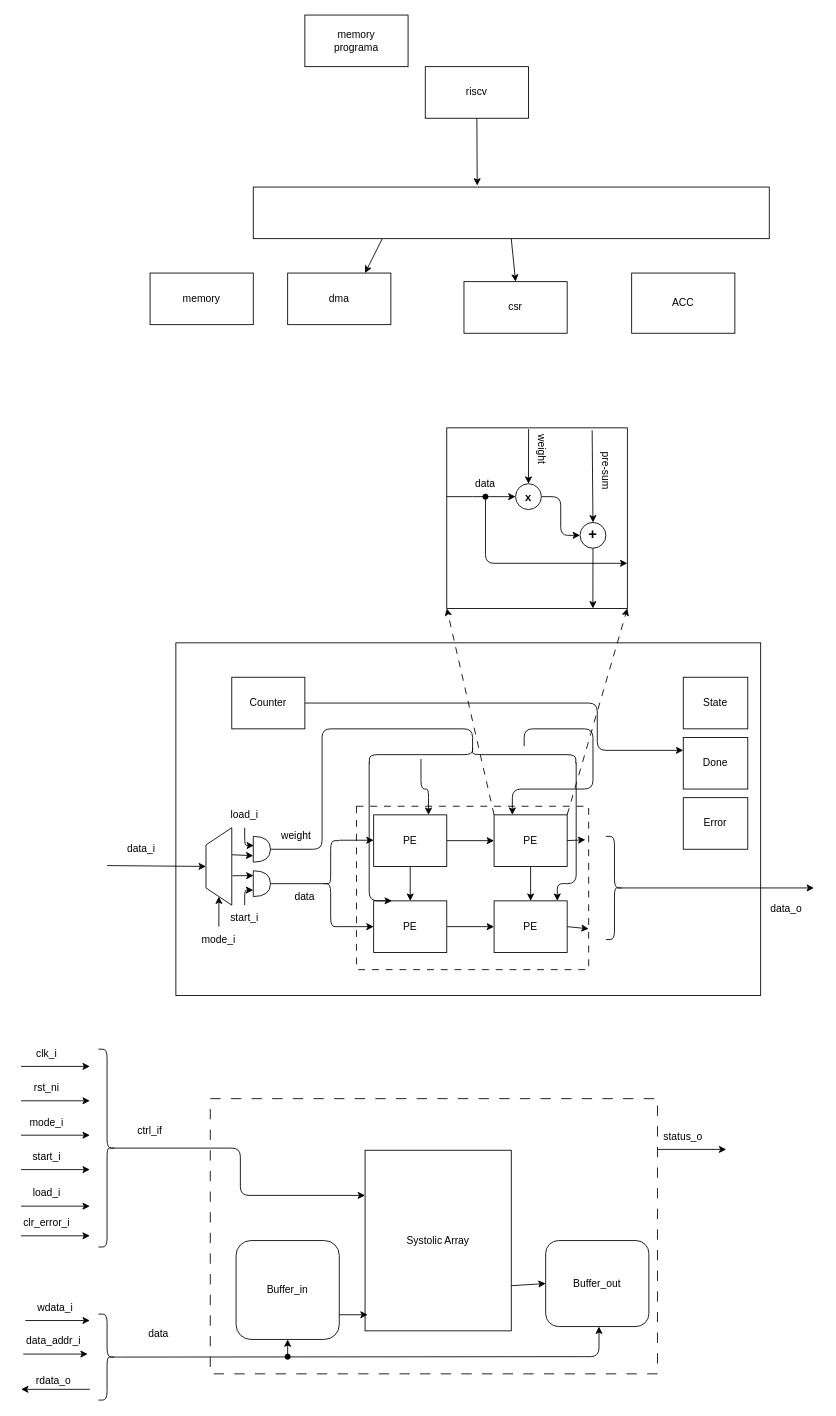
Leandro-Gama/riscv-dma-matrix-coprocessor keeps this draw.io diagram as 04.RTL/accel/arq_accel.drawio. Above is the earlier version. Source tidied: cells renumbered, new cells numbered last; positions are measured from the earlier drawing's top-left corner, leaving out a move shared by most shapes. Both pictures are drawn from the tidied source at 86%, with x=0, y=0 at pixel (21, 15).
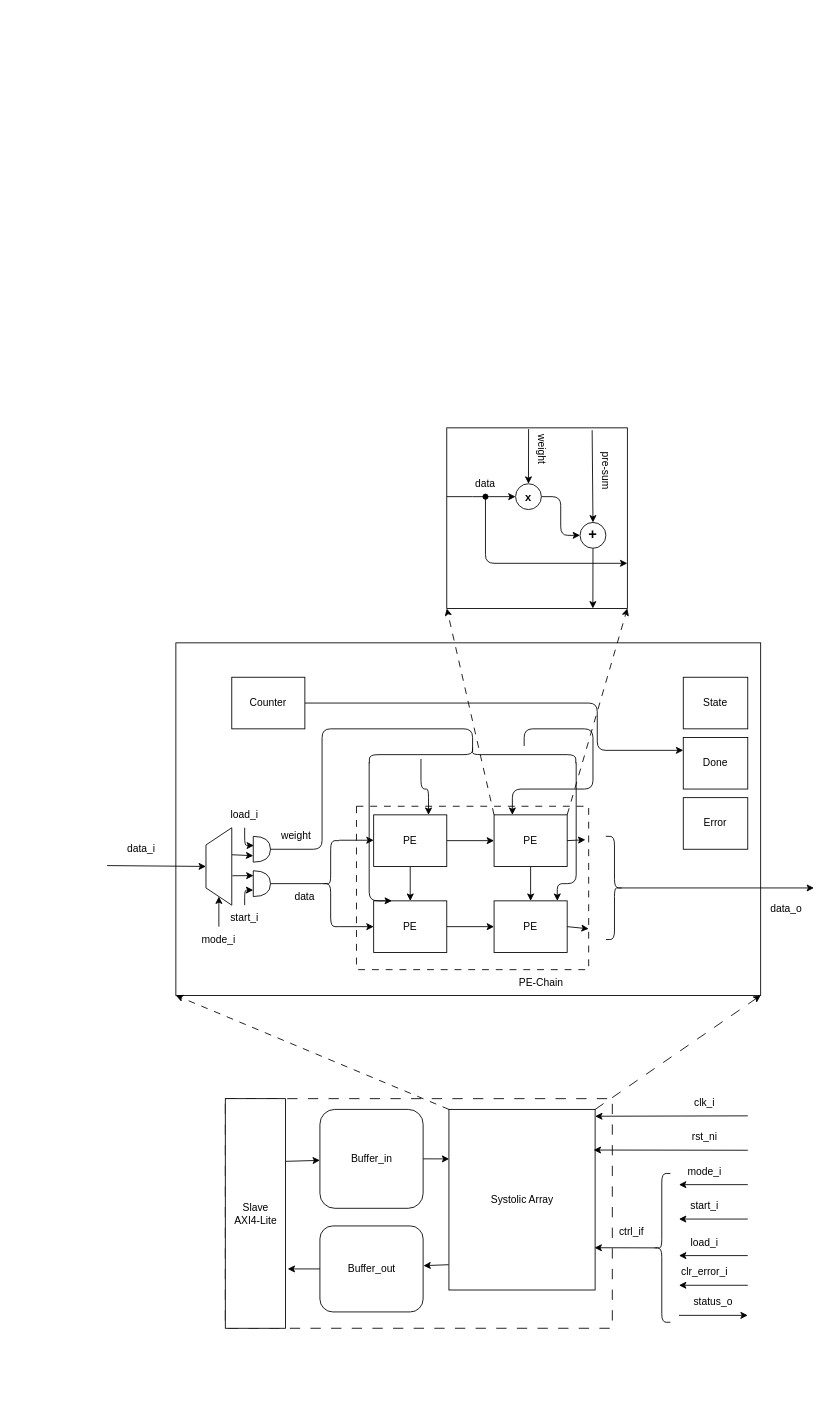
The same page after the edit.

The change refers to these unchanged cells:
```xml
<mxCell id="2" value="&amp;nbsp; &amp;nbsp; &amp;nbsp; &amp;nbsp; &amp;nbsp; &amp;nbsp; &amp;nbsp; &amp;nbsp; &amp;nbsp; &amp;nbsp; &amp;nbsp; &amp;nbsp; &amp;nbsp; &amp;nbsp; &amp;nbsp; &amp;nbsp; &amp;nbsp; &amp;nbsp; &amp;nbsp; &amp;nbsp; &amp;nbsp; &amp;nbsp; &amp;nbsp; &amp;nbsp; &amp;nbsp; &amp;nbsp; &amp;nbsp; &amp;nbsp; &amp;nbsp; &amp;nbsp; &amp;nbsp; &amp;nbsp; &amp;nbsp; &amp;nbsp; &amp;nbsp; &amp;nbsp; &amp;nbsp; &amp;nbsp; &amp;nbsp; &amp;nbsp; &amp;nbsp; &amp;nbsp; &amp;nbsp; &amp;nbsp; &amp;nbsp; &amp;nbsp; &amp;nbsp; &amp;nbsp; &amp;nbsp; &amp;nbsp; &amp;nbsp; " style="whiteSpace=wrap;html=1;" parent="1" vertex="1">
  <mxGeometry x="180" y="730" width="680" height="410" as="geometry" />
</mxCell>
```

Diff of the diagram source:
```diff
@@
     <mxCell id="4" style="whiteSpace=wrap;html=1;dashed=1;dashPattern=12 12;" parent="1" vertex="1">
-      <mxGeometry x="220" y="1260" width="520" height="320" as="geometry" />
+      <mxGeometry x="237.5" y="1260" width="450" height="267" as="geometry" />
     </mxCell>
+    <mxCell id="35" style="edgeStyle=none;html=1;exitX=1;exitY=0.5;exitDx=0;exitDy=0;entryX=0.002;entryY=0.274;entryDx=0;entryDy=0;entryPerimeter=0;" parent="1" edge="1" source="5" target="8">
+      <mxGeometry relative="1" as="geometry" />
+    </mxCell>
     <mxCell id="5" value="Buffer_in" style="rounded=1;whiteSpace=wrap;html=1;" parent="1" vertex="1">
-      <mxGeometry x="250" y="1425" width="120" height="115" as="geometry" />
+      <mxGeometry x="347.5" y="1272.5" width="120" height="115" as="geometry" />
     </mxCell>
     <mxCell id="6" value="Buffer_out" style="rounded=1;whiteSpace=wrap;html=1;" parent="1" vertex="1">
-      <mxGeometry x="610" y="1425" width="120" height="100" as="geometry" />
+      <mxGeometry x="347.5" y="1408" width="120" height="100" as="geometry" />
     </mxCell>
-    <mxCell id="7" style="edgeStyle=none;html=1;exitX=1;exitY=0.75;exitDx=0;exitDy=0;entryX=0;entryY=0.5;entryDx=0;entryDy=0;" parent="1" edge="1" source="8" target="6">
-      <mxGeometry relative="1" as="geometry" />
-    </mxCell>
     <mxCell id="8" value="Systolic Array" style="whiteSpace=wrap;html=1;" parent="1" vertex="1">
-      <mxGeometry x="400" y="1320" width="170" height="210" as="geometry" />
+      <mxGeometry x="497.5" y="1272.5" width="170" height="210" as="geometry" />
     </mxCell>
-    <mxCell id="9" style="edgeStyle=none;orthogonalLoop=1;jettySize=auto;html=1;" parent="1" edge="1">
+    <mxCell id="9" style="edgeStyle=none;jettySize=auto;html=1;entryX=1;entryY=0.038;entryDx=0;entryDy=0;entryPerimeter=0;" parent="1" edge="1" target="8">
       <mxGeometry relative="1" as="geometry">
-        <mxPoint y="1222.5" as="sourcePoint" />
-        <mxPoint x="80" y="1222.5" as="targetPoint" />
+        <mxPoint x="845" y="1280" as="sourcePoint" />
       </mxGeometry>
     </mxCell>
     <mxCell id="10" value="clk_i" style="text;html=1;whiteSpace=wrap;strokeColor=none;fillColor=none;align=center;verticalAlign=middle;rounded=0;" parent="1" vertex="1">
-      <mxGeometry y="1192.5" width="60" height="30" as="geometry" />
+      <mxGeometry x="765" y="1250" width="60" height="30" as="geometry" />
     </mxCell>
-    <mxCell id="11" style="edgeStyle=none;orthogonalLoop=1;jettySize=auto;html=1;" parent="1" edge="1">
+    <mxCell id="11" style="edgeStyle=none;jettySize=auto;html=1;entryX=0.99;entryY=0.225;entryDx=0;entryDy=0;entryPerimeter=0;" parent="1" edge="1" target="8">
       <mxGeometry relative="1" as="geometry">
-        <mxPoint y="1262.5" as="sourcePoint" />
-        <mxPoint x="80" y="1262.5" as="targetPoint" />
+        <mxPoint x="845" y="1320" as="sourcePoint" />
       </mxGeometry>
     </mxCell>
     <mxCell id="12" value="rst_ni" style="text;html=1;whiteSpace=wrap;strokeColor=none;fillColor=none;align=center;verticalAlign=middle;rounded=0;" parent="1" vertex="1">
-      <mxGeometry y="1232.5" width="60" height="30" as="geometry" />
+      <mxGeometry x="765" y="1290" width="60" height="30" as="geometry" />
     </mxCell>
     <mxCell id="13" style="edgeStyle=none;orthogonalLoop=1;jettySize=auto;html=1;" parent="1" edge="1">
       <mxGeometry relative="1" as="geometry">
-        <mxPoint y="1302.5" as="sourcePoint" />
-        <mxPoint x="80" y="1302.5" as="targetPoint" />
+        <mxPoint x="845" y="1360" as="sourcePoint" />
+        <mxPoint x="765" y="1360" as="targetPoint" />
       </mxGeometry>
     </mxCell>
     <mxCell id="14" value="mode_i" style="text;html=1;whiteSpace=wrap;strokeColor=none;fillColor=none;align=center;verticalAlign=middle;rounded=0;" parent="1" vertex="1">
-      <mxGeometry y="1272.5" width="60" height="30" as="geometry" />
+      <mxGeometry x="765" y="1330" width="60" height="30" as="geometry" />
     </mxCell>
     <mxCell id="15" style="edgeStyle=none;orthogonalLoop=1;jettySize=auto;html=1;" parent="1" edge="1">
       <mxGeometry relative="1" as="geometry">
-        <mxPoint y="1342.5" as="sourcePoint" />
-        <mxPoint x="80" y="1342.5" as="targetPoint" />
+        <mxPoint x="845" y="1400" as="sourcePoint" />
+        <mxPoint x="765" y="1400" as="targetPoint" />
       </mxGeometry>
     </mxCell>
     <mxCell id="16" value="start_i" style="text;html=1;whiteSpace=wrap;strokeColor=none;fillColor=none;align=center;verticalAlign=middle;rounded=0;" parent="1" vertex="1">
-      <mxGeometry y="1312.5" width="60" height="30" as="geometry" />
+      <mxGeometry x="765" y="1370" width="60" height="30" as="geometry" />
     </mxCell>
     <mxCell id="17" style="edgeStyle=none;orthogonalLoop=1;jettySize=auto;html=1;" parent="1" edge="1">
       <mxGeometry relative="1" as="geometry">
-        <mxPoint y="1385" as="sourcePoint" />
-        <mxPoint x="80" y="1385" as="targetPoint" />
+        <mxPoint x="845" y="1442.5" as="sourcePoint" />
+        <mxPoint x="765" y="1442.5" as="targetPoint" />
       </mxGeometry>
     </mxCell>
     <mxCell id="18" value="load_i" style="text;html=1;whiteSpace=wrap;strokeColor=none;fillColor=none;align=center;verticalAlign=middle;rounded=0;" parent="1" vertex="1">
-      <mxGeometry y="1355" width="60" height="30" as="geometry" />
+      <mxGeometry x="765" y="1412.5" width="60" height="30" as="geometry" />
     </mxCell>
     <mxCell id="19" style="edgeStyle=none;orthogonalLoop=1;jettySize=auto;html=1;" parent="1" edge="1">
       <mxGeometry relative="1" as="geometry">
-        <mxPoint y="1419.5" as="sourcePoint" />
-        <mxPoint x="80" y="1419.5" as="targetPoint" />
+        <mxPoint x="845" y="1477" as="sourcePoint" />
+        <mxPoint x="765" y="1477" as="targetPoint" />
       </mxGeometry>
     </mxCell>
     <mxCell id="20" value="clr_error_i" style="text;html=1;whiteSpace=wrap;strokeColor=none;fillColor=none;align=center;verticalAlign=middle;rounded=0;" parent="1" vertex="1">
-      <mxGeometry y="1389.5" width="60" height="30" as="geometry" />
+      <mxGeometry x="765" y="1447" width="60" height="30" as="geometry" />
     </mxCell>
     <mxCell id="21" style="edgeStyle=none;orthogonalLoop=1;jettySize=auto;html=1;" parent="1" edge="1">
       <mxGeometry relative="1" as="geometry">
-        <mxPoint x="740" y="1319" as="sourcePoint" />
-        <mxPoint x="820" y="1319" as="targetPoint" />
+        <mxPoint x="765" y="1512" as="sourcePoint" />
+        <mxPoint x="845" y="1512" as="targetPoint" />
       </mxGeometry>
     </mxCell>
     <mxCell id="22" value="status_o" style="text;html=1;whiteSpace=wrap;strokeColor=none;fillColor=none;align=center;verticalAlign=middle;rounded=0;" parent="1" vertex="1">
-      <mxGeometry x="740" y="1289" width="60" height="30" as="geometry" />
+      <mxGeometry x="775" y="1482" width="60" height="30" as="geometry" />
     </mxCell>
+    <mxCell id="24" style="edgeStyle=none;html=1;exitX=0.1;exitY=0.5;exitDx=0;exitDy=0;exitPerimeter=0;entryX=0.996;entryY=0.766;entryDx=0;entryDy=0;entryPerimeter=0;" parent="1" edge="1" source="23" target="8">
+      <mxGeometry relative="1" as="geometry" />
+    </mxCell>
-    <mxCell id="23" style="shape=curlyBracket;whiteSpace=wrap;html=1;rounded=1;flipH=1;labelPosition=right;verticalLabelPosition=middle;align=left;verticalAlign=middle;labelPerimeter=1;legacyAnchorPoints=0;" parent="1" vertex="1">
-      <mxGeometry x="90" y="1202.5" width="20" height="230" as="geometry" />
+    <mxCell id="23" style="shape=curlyBracket;whiteSpace=wrap;html=1;rounded=1;flipH=1;labelPosition=right;verticalLabelPosition=middle;align=left;verticalAlign=middle;labelPerimeter=1;legacyAnchorPoints=0;rotation=-180;" parent="1" vertex="1">
+      <mxGeometry x="735" y="1347" width="20" height="173" as="geometry" />
     </mxCell>
-    <mxCell id="24" style="edgeStyle=orthogonalEdgeStyle;html=1;exitX=0.1;exitY=0.5;exitDx=0;exitDy=0;exitPerimeter=0;entryX=0;entryY=0.25;entryDx=0;entryDy=0;" parent="1" edge="1" source="23" target="8">
-      <mxGeometry x="0.01" relative="1" as="geometry" />
-    </mxCell>
-    <mxCell id="25" style="endArrow=classic;html=1;" parent="1" edge="1">
-      <mxGeometry relative="1" as="geometry">
-        <mxPoint x="5" y="1518" as="sourcePoint" />
-        <mxPoint x="80" y="1518" as="targetPoint" />
-      </mxGeometry>
-    </mxCell>
     <mxCell id="26" value="ctrl_if" style="text;html=1;whiteSpace=wrap;strokeColor=none;fillColor=none;align=center;verticalAlign=middle;rounded=0;" parent="1" vertex="1">
-      <mxGeometry x="120" y="1282.5" width="60" height="30" as="geometry" />
+      <mxGeometry x="680" y="1400" width="60" height="30" as="geometry" />
     </mxCell>
-    <mxCell id="27" value="wdata_i" style="text;html=1;whiteSpace=wrap;strokeColor=none;fillColor=none;align=center;verticalAlign=middle;rounded=0;" parent="1" vertex="1">
-      <mxGeometry x="10" y="1488" width="60" height="30" as="geometry" />
-    </mxCell>
-    <mxCell id="28" style="endArrow=classic;html=1;" parent="1" edge="1">
-      <mxGeometry relative="1" as="geometry">
-        <mxPoint x="2.5" y="1557" as="sourcePoint" />
-        <mxPoint x="77.5" y="1557" as="targetPoint" />
-      </mxGeometry>
-    </mxCell>
-    <mxCell id="29" value="data_addr_i" style="text;html=1;whiteSpace=wrap;strokeColor=none;fillColor=none;align=center;verticalAlign=middle;rounded=0;" parent="1" vertex="1">
-      <mxGeometry x="7.5" y="1527" width="60" height="30" as="geometry" />
-    </mxCell>
-    <mxCell id="30" style="edgeStyle=none;orthogonalLoop=1;jettySize=auto;html=1;" parent="1" edge="1">
-      <mxGeometry relative="1" as="geometry">
-        <mxPoint x="80" y="1598" as="sourcePoint" />
-        <mxPoint y="1598" as="targetPoint" />
-      </mxGeometry>
-    </mxCell>
-    <mxCell id="31" value="rdata_o" style="text;html=1;whiteSpace=wrap;strokeColor=none;fillColor=none;align=center;verticalAlign=middle;rounded=0;" parent="1" vertex="1">
-      <mxGeometry x="7.5" y="1573" width="60" height="30" as="geometry" />
-    </mxCell>
-    <mxCell id="32" style="edgeStyle=orthogonalEdgeStyle;html=1;exitX=0.1;exitY=0.5;exitDx=0;exitDy=0;exitPerimeter=0;entryX=0.5;entryY=1;entryDx=0;entryDy=0;" parent="1" edge="1" source="33">
-      <mxGeometry relative="1" as="geometry">
-        <mxPoint x="672" y="1525" as="targetPoint" />
-        <Array as="points">
-          <mxPoint x="110" y="1560.5" />
-          <mxPoint x="672" y="1560" />
-        </Array>
-      </mxGeometry>
-    </mxCell>
-    <mxCell id="33" style="shape=curlyBracket;whiteSpace=wrap;html=1;rounded=1;flipH=1;labelPosition=right;verticalLabelPosition=middle;align=left;verticalAlign=middle;labelPerimeter=1;legacyAnchorPoints=0;" parent="1" vertex="1">
-      <mxGeometry x="90" y="1510.5" width="20" height="100" as="geometry" />
-    </mxCell>
-    <mxCell id="34" value="data" style="text;html=1;whiteSpace=wrap;strokeColor=none;fillColor=none;align=center;verticalAlign=middle;rounded=0;" parent="1" vertex="1">
-      <mxGeometry x="130" y="1519" width="60" height="30" as="geometry" />
-    </mxCell>
-    <mxCell id="35" style="edgeStyle=none;html=1;exitX=1;exitY=0.75;exitDx=0;exitDy=0;entryX=0.018;entryY=0.911;entryDx=0;entryDy=0;entryPerimeter=0;" parent="1" edge="1" source="5" target="8">
-      <mxGeometry relative="1" as="geometry" />
-    </mxCell>
@@
-    <mxCell id="48" style="edgeStyle=none;jettySize=auto;html=1;entryX=0.5;entryY=1;entryDx=0;entryDy=0;startArrow=oval;startFill=1;" parent="1" edge="1" target="5">
-      <mxGeometry relative="1" as="geometry">
-        <mxPoint x="310" y="1560" as="sourcePoint" />
-      </mxGeometry>
-    </mxCell>
@@
-    <mxCell id="75" style="edgeStyle=none;html=1;exitX=0.25;exitY=1;exitDx=0;exitDy=0;entryX=0.75;entryY=0;entryDx=0;entryDy=0;" parent="1" edge="1" source="77" target="81">
-      <mxGeometry relative="1" as="geometry" />
-    </mxCell>
-    <mxCell id="76" style="edgeStyle=none;html=1;exitX=0.5;exitY=1;exitDx=0;exitDy=0;entryX=0.5;entryY=0;entryDx=0;entryDy=0;" parent="1" edge="1" source="77" target="79">
-      <mxGeometry relative="1" as="geometry" />
-    </mxCell>
-    <mxCell id="77" style="whiteSpace=wrap;html=1;" parent="1" vertex="1">
-      <mxGeometry x="270" y="200" width="600" height="60" as="geometry" />
-    </mxCell>
-    <mxCell id="78" value="ACC" style="whiteSpace=wrap;html=1;" parent="1" vertex="1">
-      <mxGeometry x="710" y="300" width="120" height="70" as="geometry" />
-    </mxCell>
-    <mxCell id="79" value="csr" style="whiteSpace=wrap;html=1;" parent="1" vertex="1">
-      <mxGeometry x="515" y="310" width="120" height="60" as="geometry" />
-    </mxCell>
-    <mxCell id="80" value="riscv" style="whiteSpace=wrap;html=1;" parent="1" vertex="1">
-      <mxGeometry x="470" y="60" width="120" height="60" as="geometry" />
-    </mxCell>
-    <mxCell id="81" value="dma" style="whiteSpace=wrap;html=1;" parent="1" vertex="1">
-      <mxGeometry x="310" y="300" width="120" height="60" as="geometry" />
-    </mxCell>
-    <mxCell id="82" style="edgeStyle=none;html=1;exitX=0.5;exitY=1;exitDx=0;exitDy=0;entryX=0.434;entryY=-0.029;entryDx=0;entryDy=0;entryPerimeter=0;" parent="1" edge="1" source="80" target="77">
-      <mxGeometry relative="1" as="geometry" />
-    </mxCell>
-    <mxCell id="83" value="memory" style="whiteSpace=wrap;html=1;" parent="1" vertex="1">
-      <mxGeometry x="150" y="300" width="120" height="60" as="geometry" />
-    </mxCell>
-    <mxCell id="84" value="memory&lt;div&gt;programa&lt;/div&gt;" style="whiteSpace=wrap;html=1;" parent="1" vertex="1">
-      <mxGeometry x="330" width="120" height="60" as="geometry" />
-    </mxCell>
@@
+    <mxCell id="7" style="edgeStyle=none;html=1;exitX=-0.002;exitY=0.86;exitDx=0;exitDy=0;entryX=1.003;entryY=0.462;entryDx=0;entryDy=0;entryPerimeter=0;exitPerimeter=0;" parent="1" edge="1" source="8" target="6">
+      <mxGeometry relative="1" as="geometry" />
+    </mxCell>
+    <mxCell id="104" style="edgeStyle=none;html=1;exitX=1.005;exitY=0.273;exitDx=0;exitDy=0;exitPerimeter=0;" parent="1" edge="1" source="105" target="5">
+      <mxGeometry relative="1" as="geometry" />
+    </mxCell>
+    <mxCell id="105" value="&lt;div&gt;&lt;span style=&quot;color: rgb(0, 0, 0);&quot;&gt;Slave&lt;/span&gt;&lt;/div&gt;&lt;span style=&quot;color: rgb(0, 0, 0);&quot;&gt;AXI4-Lite&lt;/span&gt;" style="whiteSpace=wrap;html=1;" parent="1" vertex="1">
+      <mxGeometry x="237.5" y="1260" width="70" height="267" as="geometry" />
+    </mxCell>
+    <mxCell id="106" style="edgeStyle=none;html=1;exitX=0;exitY=0.5;exitDx=0;exitDy=0;" parent="1" edge="1" source="6">
+      <mxGeometry relative="1" as="geometry">
+        <mxPoint x="310" y="1458" as="targetPoint" />
+      </mxGeometry>
+    </mxCell>
+    <mxCell id="107" style="edgeStyle=none;jettySize=auto;html=1;entryX=0;entryY=1;entryDx=0;entryDy=0;exitX=0;exitY=0;exitDx=0;exitDy=0;dashed=1;dashPattern=8 8;" parent="1" edge="1" source="8" target="2">
+      <mxGeometry relative="1" as="geometry" />
+    </mxCell>
+    <mxCell id="108" style="edgeStyle=none;jettySize=auto;html=1;entryX=1;entryY=1;entryDx=0;entryDy=0;exitX=1;exitY=0;exitDx=0;exitDy=0;dashed=1;dashPattern=12 12;" parent="1" edge="1" source="8" target="2">
+      <mxGeometry relative="1" as="geometry" />
+    </mxCell>
+    <mxCell id="109" value="PE-Chain" style="text;html=1;whiteSpace=wrap;strokeColor=none;fillColor=none;align=center;verticalAlign=middle;rounded=0;" parent="1" vertex="1">
+      <mxGeometry x="575" y="1110" width="60" height="30" as="geometry" />
+    </mxCell>
```
